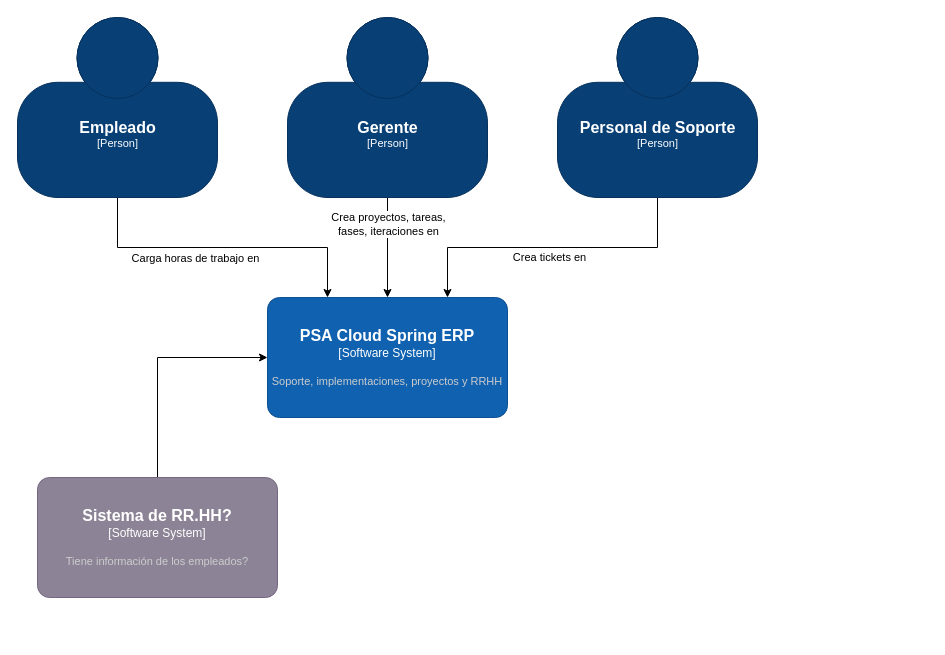
Above: page "Nivel I" (1 of 4) of AnInfo Grupo 2/squad_2_2022_1c/Modelos de dominio y Arquitectura/C4.drawio in NicolasEzequielZulaicaRivera/FIUBS_ANINFO (draw.io), before the change. Source tidied: cells renumbered, new cells numbered last; positions are measured from the earlier drawing's top-left corner, leaving out a move shared by most shapes. Both pictures are drawn from the tidied source at 100%, with x=0, y=0 at pixel (17, 17).
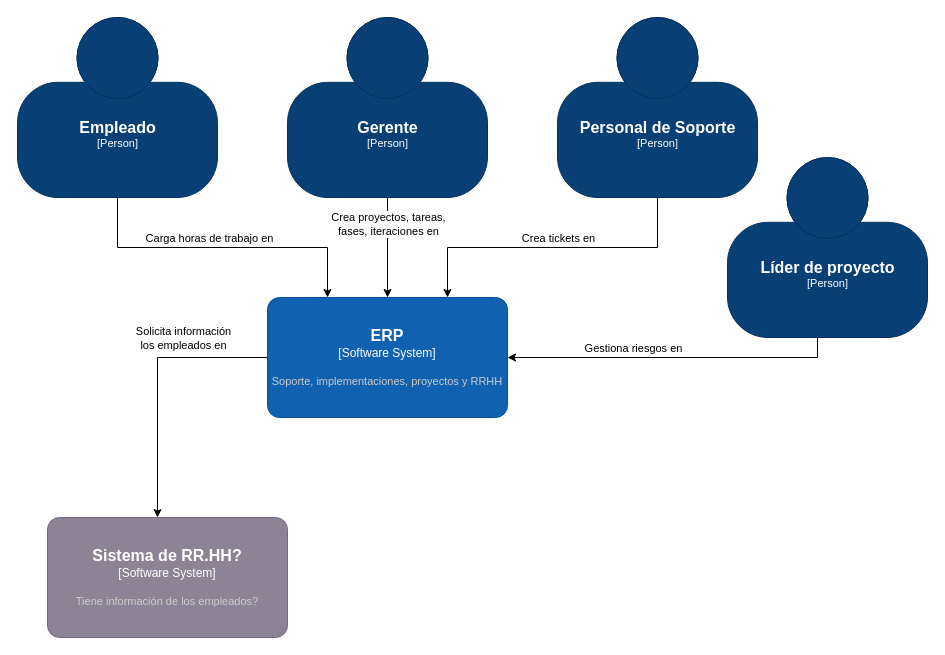
The same page after the edit.

Unchanged cells that the change refers to:
```xml
<mxCell id="2" style="edgeStyle=orthogonalEdgeStyle;rounded=0;jettySize=auto;html=1;entryX=0.25;entryY=0;entryDx=0;entryDy=0;entryPerimeter=0;exitX=0.5;exitY=1;exitDx=0;exitDy=0;exitPerimeter=0;" parent="1" edge="1" source="4" target="5">
  <mxGeometry relative="1" as="geometry" />
</mxCell>
<object id="11" label="&lt;font style=&quot;font-size: 16px&quot;&gt;&lt;b&gt;%c4Name%&lt;/b&gt;&lt;/font&gt;&lt;div&gt;[%c4Type%]&lt;/div&gt;&lt;br&gt;&lt;div&gt;&lt;font style=&quot;font-size: 11px&quot;&gt;&lt;font color=&quot;#cccccc&quot;&gt;%c4Description%&lt;/font&gt;&lt;/div&gt;" c4Description="" c4Name="Personal de Soporte" c4Type="Person" placeholders="1">
  <mxCell style="html=1;fontSize=11;dashed=0;whitespace=wrap;fillColor=#083F75;strokeColor=#06315C;fontColor=#ffffff;shape=mxgraph.c4.person2;align=center;points=[[0.5,0,0],[1,0.5,0],[1,0.75,0],[0.75,1,0],[0.5,1,0],[0.25,1,0],[0,0.75,0],[0,0.5,0]];" parent="1" vertex="1">
    <mxGeometry x="540" width="200" height="180" as="geometry" />
  </mxCell>
</object>
```

The edit, as a diff of the source:
```diff
@@
     <mxCell id="3" value="Carga horas de trabajo en" style="edgeLabel;html=1;align=center;verticalAlign=middle;" parent="2" vertex="1">
       <mxGeometry x="-0.24" y="-2" relative="1" as="geometry">
-        <mxPoint x="9" y="8" as="offset" />
+        <mxPoint x="23" y="-12" as="offset" />
       </mxGeometry>
     </mxCell>
@@
+    <mxCell id="14" style="edgeStyle=orthogonalEdgeStyle;rounded=0;jettySize=auto;html=1;" parent="1" edge="1" source="5" target="13">
+      <mxGeometry relative="1" as="geometry">
+        <Array as="points">
+          <mxPoint x="140" y="340" />
+        </Array>
+      </mxGeometry>
+    </mxCell>
+    <mxCell id="15" value="&lt;div&gt;Solicita información&lt;/div&gt;&lt;div&gt;los empleados en&lt;br&gt;&lt;/div&gt;" style="edgeLabel;html=1;align=center;verticalAlign=middle;" parent="14" vertex="1">
+      <mxGeometry x="-0.25" relative="1" as="geometry">
+        <mxPoint x="16" y="-20" as="offset" />
+      </mxGeometry>
+    </mxCell>
-    <object id="5" label="&lt;font style=&quot;font-size: 16px&quot;&gt;&lt;b&gt;%c4Name%&lt;/b&gt;&lt;/font&gt;&lt;div&gt;[%c4Type%]&lt;/div&gt;&lt;br&gt;&lt;div&gt;&lt;font style=&quot;font-size: 11px&quot;&gt;&lt;font color=&quot;#cccccc&quot;&gt;%c4Description%&lt;/font&gt;&lt;/div&gt;" c4Description="Soporte, implementaciones, proyectos y RRHH" c4Name="PSA Cloud Spring ERP" c4Type="Software System" placeholders="1">
+    <object id="5" label="&lt;font style=&quot;font-size: 16px&quot;&gt;&lt;b&gt;%c4Name%&lt;/b&gt;&lt;/font&gt;&lt;div&gt;[%c4Type%]&lt;/div&gt;&lt;br&gt;&lt;div&gt;&lt;font style=&quot;font-size: 11px&quot;&gt;&lt;font color=&quot;#cccccc&quot;&gt;%c4Description%&lt;/font&gt;&lt;/div&gt;" c4Description="Soporte, implementaciones, proyectos y RRHH" c4Name="ERP " c4Type="Software System" placeholders="1">
       <mxCell style="rounded=1;whiteSpace=wrap;html=1;labelBackgroundColor=none;fillColor=#1061B0;fontColor=#ffffff;align=center;arcSize=10;strokeColor=#0D5091;points=[[0.25,0,0],[0.5,0,0],[0.75,0,0],[1,0.25,0],[1,0.5,0],[1,0.75,0],[0.75,1,0],[0.5,1,0],[0.25,1,0],[0,0.75,0],[0,0.5,0],[0,0.25,0]];" parent="1" vertex="1">
         <mxGeometry x="250" y="280" width="240" height="120" as="geometry" />
       </mxCell>
     </object>
@@
     <mxCell id="9" style="edgeStyle=orthogonalEdgeStyle;rounded=0;jettySize=auto;html=1;entryX=0.75;entryY=0;entryDx=0;entryDy=0;entryPerimeter=0;exitX=0.5;exitY=1;exitDx=0;exitDy=0;exitPerimeter=0;" parent="1" edge="1" source="11" target="5">
-      <mxGeometry relative="1" as="geometry" />
+      <mxGeometry relative="1" as="geometry">
+        <Array as="points">
+          <mxPoint x="640" y="230" />
+          <mxPoint x="430" y="230" />
+        </Array>
+      </mxGeometry>
     </mxCell>
     <mxCell id="10" value="Crea tickets en" style="edgeLabel;html=1;align=center;verticalAlign=middle;" parent="9" vertex="1">
       <mxGeometry x="0.21" y="1" relative="1" as="geometry">
-        <mxPoint x="29" y="8" as="offset" />
+        <mxPoint x="38" y="-11" as="offset" />
       </mxGeometry>
     </mxCell>
@@
-    <mxCell id="12" style="edgeStyle=orthogonalEdgeStyle;rounded=0;jettySize=auto;html=1;entryX=0;entryY=0.5;entryDx=0;entryDy=0;entryPerimeter=0;" parent="1" edge="1" source="13" target="5">
-      <mxGeometry relative="1" as="geometry" />
-    </mxCell>
     <object id="13" label="&lt;font style=&quot;font-size: 16px&quot;&gt;&lt;b&gt;%c4Name%&lt;/b&gt;&lt;/font&gt;&lt;div&gt;[%c4Type%]&lt;/div&gt;&lt;br&gt;&lt;div&gt;&lt;font style=&quot;font-size: 11px&quot;&gt;&lt;font color=&quot;#cccccc&quot;&gt;%c4Description%&lt;/font&gt;&lt;/div&gt;" c4Description="Tiene información de los empleados?" c4Name="Sistema de RR.HH?" c4Type="Software System" placeholders="1">
       <mxCell style="rounded=1;whiteSpace=wrap;html=1;labelBackgroundColor=none;fillColor=#8C8496;fontColor=#ffffff;align=center;arcSize=10;strokeColor=#736782;points=[[0.25,0,0],[0.5,0,0],[0.75,0,0],[1,0.25,0],[1,0.5,0],[1,0.75,0],[0.75,1,0],[0.5,1,0],[0.25,1,0],[0,0.75,0],[0,0.5,0],[0,0.25,0]];" parent="1" vertex="1">
-        <mxGeometry x="20" y="460" width="240" height="120" as="geometry" />
+        <mxGeometry x="30" y="500" width="240" height="120" as="geometry" />
       </mxCell>
     </object>
+    <mxCell id="16" style="edgeStyle=orthogonalEdgeStyle;rounded=0;jettySize=auto;html=1;entryX=1;entryY=0.5;entryDx=0;entryDy=0;entryPerimeter=0;" parent="1" edge="1" source="18" target="5">
+      <mxGeometry relative="1" as="geometry">
+        <Array as="points">
+          <mxPoint x="800" y="340" />
+        </Array>
+      </mxGeometry>
+    </mxCell>
+    <mxCell id="17" value="Gestiona riesgos en" style="edgeLabel;html=1;align=center;verticalAlign=middle;" parent="16" vertex="1">
+      <mxGeometry x="0.24" y="1" relative="1" as="geometry">
+        <mxPoint y="-11" as="offset" />
+      </mxGeometry>
+    </mxCell>
+    <object id="18" label="&lt;font style=&quot;font-size: 16px&quot;&gt;&lt;b&gt;%c4Name%&lt;/b&gt;&lt;/font&gt;&lt;div&gt;[%c4Type%]&lt;/div&gt;&lt;br&gt;&lt;div&gt;&lt;font style=&quot;font-size: 11px&quot;&gt;&lt;font color=&quot;#cccccc&quot;&gt;%c4Description%&lt;/font&gt;&lt;/div&gt;" c4Description="" c4Name="Líder de proyecto" c4Type="Person" placeholders="1">
+      <mxCell style="html=1;fontSize=11;dashed=0;whitespace=wrap;fillColor=#083F75;strokeColor=#06315C;fontColor=#ffffff;shape=mxgraph.c4.person2;align=center;points=[[0.5,0,0],[1,0.5,0],[1,0.75,0],[0.75,1,0],[0.5,1,0],[0.25,1,0],[0,0.75,0],[0,0.5,0]];" parent="1" vertex="1">
+        <mxGeometry x="710" y="140" width="200" height="180" as="geometry" />
+      </mxCell>
+    </object>
```
